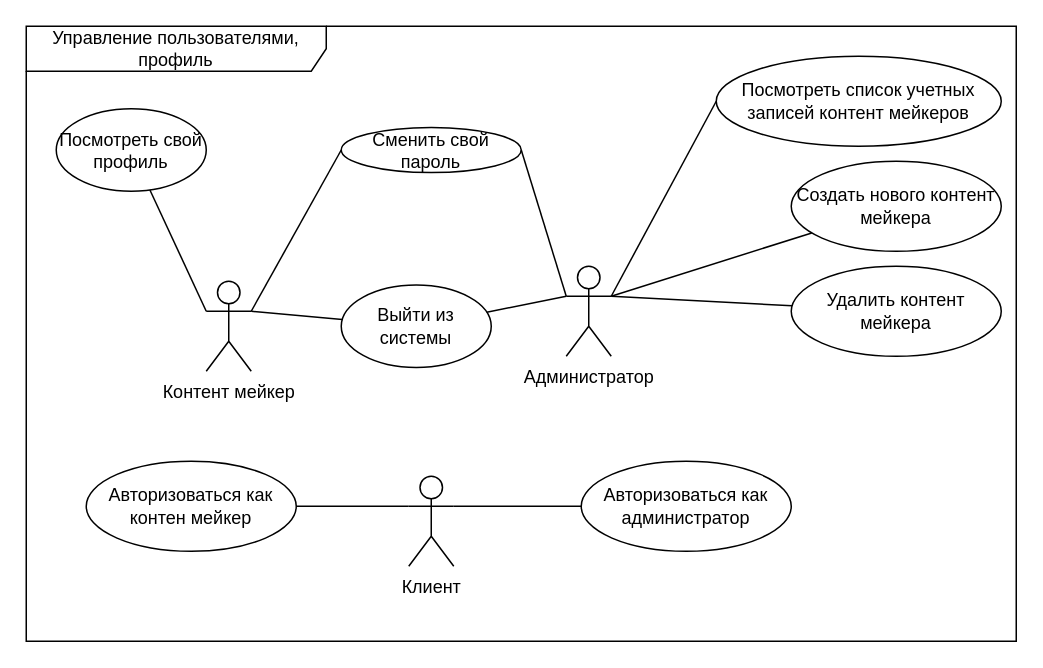
This is page "use-case управление пользователями и профиль" (2 of 4) of docs/UML Use-Case Diagram.drawio from NativCos/CSF.Semestr6.TPO, a draw.io file, before an edit. Source tidied: cells renumbered, new cells numbered last; positions are measured from the earlier drawing's top-left corner, leaving out a move shared by most shapes. Both pictures are drawn from the tidied source at 150%, with x=0, y=0 at pixel (26, 26).
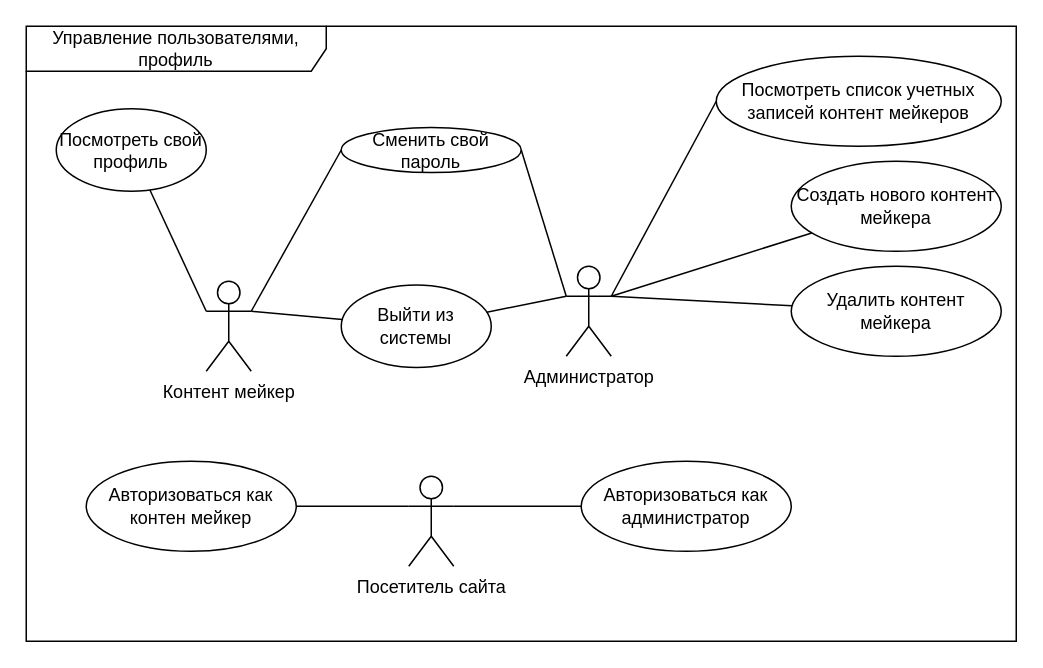
Above is the later version.

The edit, as a diff of the source:
```diff
@@
-    <mxCell id="16" value="Клиент" style="shape=umlActor;verticalLabelPosition=bottom;labelBackgroundColor=#ffffff;verticalAlign=top;html=1;" parent="1" vertex="1">
+    <mxCell id="16" value="Посетитель сайта" style="shape=umlActor;verticalLabelPosition=bottom;labelBackgroundColor=#ffffff;verticalAlign=top;html=1;" parent="1" vertex="1">
       <mxGeometry x="255" y="300" width="30" height="60" as="geometry" />
     </mxCell>
```
